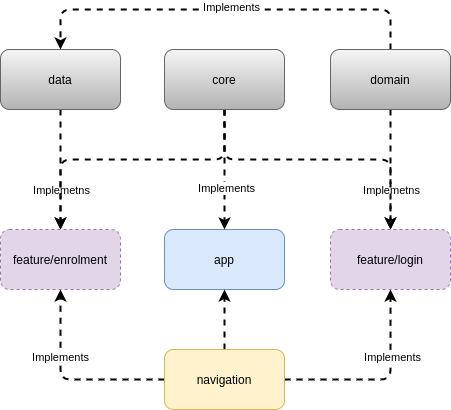
Above: docs/high_level_structure.png in wax911/technical-assignment (draw.io), before the change. Source tidied: cells renumbered, new cells last; positions are measured from the earlier drawing's top-left corner, leaving out a move shared by most shapes. Source of this version:
```xml
<mxGraphModel>
  <root>
    <mxCell id="0" />
    <mxCell id="1" parent="0" />
    <mxCell id="2" value="app" style="rounded=1;whiteSpace=wrap;html=1;fillColor=#dae8fc;strokeColor=#6c8ebf;" parent="1" vertex="1">
      <mxGeometry x="164" y="220" width="120" height="60" as="geometry" />
    </mxCell>
    <mxCell id="3" style="edgeStyle=orthogonalEdgeStyle;rounded=1;jettySize=auto;html=1;exitX=0.5;exitY=1;exitDx=0;exitDy=0;entryX=0.5;entryY=0;entryDx=0;entryDy=0;dashed=1;strokeWidth=2;" parent="1" edge="1" source="9" target="22">
      <mxGeometry relative="1" as="geometry">
        <Array as="points">
          <mxPoint x="224" y="150" />
          <mxPoint x="390" y="150" />
        </Array>
      </mxGeometry>
    </mxCell>
    <mxCell id="4" value="Implemetns" style="edgeLabel;html=1;align=center;verticalAlign=middle;" parent="3" vertex="1">
      <mxGeometry x="0.01" y="-2" relative="1" as="geometry">
        <mxPoint x="71" y="28" as="offset" />
      </mxGeometry>
    </mxCell>
    <mxCell id="5" value="Implemetns" style="edgeLabel;html=1;align=center;verticalAlign=middle;" parent="3" vertex="1">
      <mxGeometry x="0.01" y="-2" relative="1" as="geometry">
        <mxPoint x="-259" y="28" as="offset" />
      </mxGeometry>
    </mxCell>
    <mxCell id="6" style="edgeStyle=orthogonalEdgeStyle;rounded=1;jettySize=auto;html=1;exitX=0.5;exitY=1;exitDx=0;exitDy=0;entryX=0.5;entryY=0;entryDx=0;entryDy=0;dashed=1;strokeWidth=2;" parent="1" edge="1" source="9" target="23">
      <mxGeometry relative="1" as="geometry">
        <Array as="points">
          <mxPoint x="224" y="150" />
          <mxPoint x="60" y="150" />
        </Array>
      </mxGeometry>
    </mxCell>
    <mxCell id="7" style="edgeStyle=orthogonalEdgeStyle;rounded=0;jettySize=auto;html=1;exitX=0.5;exitY=1;exitDx=0;exitDy=0;entryX=0.5;entryY=0;entryDx=0;entryDy=0;strokeWidth=2;dashed=1;" parent="1" edge="1" source="9" target="2">
      <mxGeometry relative="1" as="geometry" />
    </mxCell>
    <mxCell id="8" value="Implements" style="edgeLabel;html=1;align=center;verticalAlign=middle;" parent="7" vertex="1">
      <mxGeometry x="0.3" y="1" relative="1" as="geometry" />
    </mxCell>
    <mxCell id="9" value="core" style="rounded=1;whiteSpace=wrap;html=1;fillColor=#f5f5f5;strokeColor=#666666;gradientColor=#b3b3b3;" parent="1" vertex="1">
      <mxGeometry x="164" y="40" width="120" height="60" as="geometry" />
    </mxCell>
    <mxCell id="10" style="edgeStyle=orthogonalEdgeStyle;rounded=1;jettySize=auto;html=1;entryX=0.5;entryY=0;entryDx=0;entryDy=0;strokeWidth=2;dashed=1;" parent="1" edge="1" source="11" target="23">
      <mxGeometry relative="1" as="geometry" />
    </mxCell>
    <mxCell id="11" value="data" style="rounded=1;whiteSpace=wrap;html=1;gradientColor=#b3b3b3;fillColor=#f5f5f5;strokeColor=#666666;" parent="1" vertex="1">
      <mxGeometry y="40" width="120" height="60" as="geometry" />
    </mxCell>
    <mxCell id="12" style="edgeStyle=orthogonalEdgeStyle;rounded=1;jettySize=auto;html=1;entryX=0.5;entryY=1;entryDx=0;entryDy=0;dashed=1;strokeWidth=2;" parent="1" edge="1" source="17" target="22">
      <mxGeometry relative="1" as="geometry">
        <Array as="points">
          <mxPoint x="390" y="370" />
        </Array>
      </mxGeometry>
    </mxCell>
    <mxCell id="13" value="Implements" style="edgeLabel;html=1;align=center;verticalAlign=middle;" parent="12" vertex="1">
      <mxGeometry x="0.32" y="-1" relative="1" as="geometry" />
    </mxCell>
    <mxCell id="14" style="edgeStyle=orthogonalEdgeStyle;rounded=1;jettySize=auto;html=1;exitX=0;exitY=0.5;exitDx=0;exitDy=0;entryX=0.5;entryY=1;entryDx=0;entryDy=0;dashed=1;strokeWidth=2;" parent="1" edge="1" source="17" target="23">
      <mxGeometry relative="1" as="geometry" />
    </mxCell>
    <mxCell id="15" value="Implements" style="edgeLabel;html=1;align=center;verticalAlign=middle;" parent="14" vertex="1">
      <mxGeometry x="0.31" y="1" relative="1" as="geometry" />
    </mxCell>
    <mxCell id="16" style="edgeStyle=orthogonalEdgeStyle;rounded=1;jettySize=auto;html=1;exitX=0.5;exitY=0;exitDx=0;exitDy=0;entryX=0.5;entryY=1;entryDx=0;entryDy=0;dashed=1;strokeWidth=2;" parent="1" edge="1" source="17" target="2">
      <mxGeometry relative="1" as="geometry" />
    </mxCell>
    <mxCell id="17" value="navigation" style="rounded=1;whiteSpace=wrap;html=1;fillColor=#fff2cc;strokeColor=#d6b656;" parent="1" vertex="1">
      <mxGeometry x="164" y="340" width="120" height="60" as="geometry" />
    </mxCell>
    <mxCell id="18" style="edgeStyle=orthogonalEdgeStyle;rounded=1;jettySize=auto;html=1;exitX=0.5;exitY=1;exitDx=0;exitDy=0;dashed=1;strokeWidth=2;entryX=0.5;entryY=0;entryDx=0;entryDy=0;" parent="1" edge="1" source="21" target="22">
      <mxGeometry relative="1" as="geometry" />
    </mxCell>
    <mxCell id="19" style="edgeStyle=orthogonalEdgeStyle;rounded=1;jettySize=auto;html=1;exitX=0.5;exitY=0;exitDx=0;exitDy=0;dashed=1;strokeWidth=2;" parent="1" edge="1" source="21" target="11">
      <mxGeometry relative="1" as="geometry">
        <Array as="points">
          <mxPoint x="390" />
          <mxPoint x="60" />
        </Array>
      </mxGeometry>
    </mxCell>
    <mxCell id="20" value="Implements" style="edgeLabel;html=1;align=center;verticalAlign=middle;" parent="19" vertex="1">
      <mxGeometry x="-0.25" y="-3" relative="1" as="geometry">
        <mxPoint x="-46" as="offset" />
      </mxGeometry>
    </mxCell>
    <mxCell id="21" value="domain" style="rounded=1;whiteSpace=wrap;html=1;gradientColor=#b3b3b3;fillColor=#f5f5f5;strokeColor=#666666;" parent="1" vertex="1">
      <mxGeometry x="330" y="40" width="120" height="60" as="geometry" />
    </mxCell>
    <mxCell id="22" value="feature/login" style="rounded=1;whiteSpace=wrap;html=1;dashed=1;fillColor=#e1d5e7;strokeColor=#9673a6;" parent="1" vertex="1">
      <mxGeometry x="330" y="220" width="120" height="60" as="geometry" />
    </mxCell>
    <mxCell id="23" value="feature/enrolment" style="rounded=1;whiteSpace=wrap;html=1;dashed=1;fillColor=#e1d5e7;strokeColor=#9673a6;" parent="1" vertex="1">
      <mxGeometry y="220" width="120" height="60" as="geometry" />
    </mxCell>
  </root>
</mxGraphModel>
```
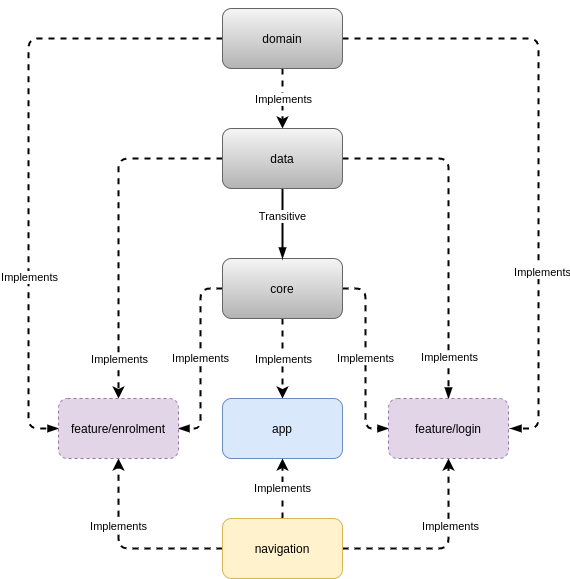
Above is the later version.

Commit message:
Correct high level structure diagram

The edit, as a diff of the source:
```diff
@@ -5,46 +5,44 @@
     <mxCell id="2" value="app" style="rounded=1;whiteSpace=wrap;html=1;fillColor=#dae8fc;strokeColor=#6c8ebf;" parent="1" vertex="1">
       <mxGeometry x="164" y="220" width="120" height="60" as="geometry" />
     </mxCell>
-    <mxCell id="3" style="edgeStyle=orthogonalEdgeStyle;rounded=1;jettySize=auto;html=1;exitX=0.5;exitY=1;exitDx=0;exitDy=0;entryX=0.5;entryY=0;entryDx=0;entryDy=0;dashed=1;strokeWidth=2;" parent="1" edge="1" source="9" target="22">
-      <mxGeometry relative="1" as="geometry">
-        <Array as="points">
-          <mxPoint x="224" y="150" />
-          <mxPoint x="390" y="150" />
-        </Array>
-      </mxGeometry>
-    </mxCell>
-    <mxCell id="4" value="Implemetns" style="edgeLabel;html=1;align=center;verticalAlign=middle;" parent="3" vertex="1">
-      <mxGeometry x="0.01" y="-2" relative="1" as="geometry">
-        <mxPoint x="71" y="28" as="offset" />
-      </mxGeometry>
-    </mxCell>
-    <mxCell id="5" value="Implemetns" style="edgeLabel;html=1;align=center;verticalAlign=middle;" parent="3" vertex="1">
-      <mxGeometry x="0.01" y="-2" relative="1" as="geometry">
-        <mxPoint x="-259" y="28" as="offset" />
-      </mxGeometry>
-    </mxCell>
-    <mxCell id="6" style="edgeStyle=orthogonalEdgeStyle;rounded=1;jettySize=auto;html=1;exitX=0.5;exitY=1;exitDx=0;exitDy=0;entryX=0.5;entryY=0;entryDx=0;entryDy=0;dashed=1;strokeWidth=2;" parent="1" edge="1" source="9" target="23">
-      <mxGeometry relative="1" as="geometry">
-        <Array as="points">
-          <mxPoint x="224" y="150" />
-          <mxPoint x="60" y="150" />
-        </Array>
-      </mxGeometry>
-    </mxCell>
     <mxCell id="7" style="edgeStyle=orthogonalEdgeStyle;rounded=0;jettySize=auto;html=1;exitX=0.5;exitY=1;exitDx=0;exitDy=0;entryX=0.5;entryY=0;entryDx=0;entryDy=0;strokeWidth=2;dashed=1;" parent="1" edge="1" source="9" target="2">
       <mxGeometry relative="1" as="geometry" />
     </mxCell>
     <mxCell id="8" value="Implements" style="edgeLabel;html=1;align=center;verticalAlign=middle;" parent="7" vertex="1">
-      <mxGeometry x="0.3" y="1" relative="1" as="geometry" />
+      <mxGeometry x="0.3" y="1" relative="1" as="geometry">
+        <mxPoint x="-1" y="-12" as="offset" />
+      </mxGeometry>
     </mxCell>
+    <mxCell id="3" value="Implements" style="edgeStyle=orthogonalEdgeStyle;rounded=1;jettySize=auto;html=1;exitX=1;exitY=0.5;exitDx=0;exitDy=0;entryX=0;entryY=0.5;entryDx=0;entryDy=0;dashed=1;endArrow=blockThin;endFill=1;strokeWidth=2;" parent="1" edge="1" source="9" target="22">
+      <mxGeometry relative="1" as="geometry" />
+    </mxCell>
+    <mxCell id="6" value="Implements" style="edgeStyle=orthogonalEdgeStyle;rounded=1;jettySize=auto;html=1;exitX=0;exitY=0.5;exitDx=0;exitDy=0;entryX=1;entryY=0.5;entryDx=0;entryDy=0;dashed=1;endArrow=blockThin;endFill=1;strokeWidth=2;" parent="1" edge="1" source="9" target="23">
+      <mxGeometry relative="1" as="geometry" />
+    </mxCell>
     <mxCell id="9" value="core" style="rounded=1;whiteSpace=wrap;html=1;fillColor=#f5f5f5;strokeColor=#666666;gradientColor=#b3b3b3;" parent="1" vertex="1">
-      <mxGeometry x="164" y="40" width="120" height="60" as="geometry" />
+      <mxGeometry x="164" y="80" width="120" height="60" as="geometry" />
     </mxCell>
     <mxCell id="10" style="edgeStyle=orthogonalEdgeStyle;rounded=1;jettySize=auto;html=1;entryX=0.5;entryY=0;entryDx=0;entryDy=0;strokeWidth=2;dashed=1;" parent="1" edge="1" source="11" target="23">
       <mxGeometry relative="1" as="geometry" />
     </mxCell>
+    <mxCell id="24" value="Implements" style="edgeLabel;html=1;align=center;verticalAlign=middle;" parent="10" vertex="1">
+      <mxGeometry x="0.74" y="-1" relative="1" as="geometry">
+        <mxPoint x="1" y="5" as="offset" />
+      </mxGeometry>
+    </mxCell>
+    <mxCell id="25" style="edgeStyle=orthogonalEdgeStyle;rounded=1;jettySize=auto;html=1;dashed=1;endArrow=blockThin;endFill=1;strokeWidth=2;" parent="1" edge="1" source="11">
+      <mxGeometry relative="1" as="geometry">
+        <mxPoint x="390" y="220" as="targetPoint" />
+      </mxGeometry>
+    </mxCell>
+    <mxCell id="26" value="Implements" style="edgeLabel;html=1;align=center;verticalAlign=middle;" parent="25" vertex="1">
+      <mxGeometry x="0.76" relative="1" as="geometry" />
+    </mxCell>
+    <mxCell id="27" value="Transitive" style="edgeStyle=orthogonalEdgeStyle;rounded=1;jettySize=auto;html=1;exitX=0.5;exitY=1;exitDx=0;exitDy=0;entryX=0.5;entryY=0;entryDx=0;entryDy=0;endArrow=blockThin;endFill=1;strokeWidth=2;" parent="1" edge="1" source="11" target="9">
+      <mxGeometry x="-0.2" relative="1" as="geometry" />
+    </mxCell>
     <mxCell id="11" value="data" style="rounded=1;whiteSpace=wrap;html=1;gradientColor=#b3b3b3;fillColor=#f5f5f5;strokeColor=#666666;" parent="1" vertex="1">
-      <mxGeometry y="40" width="120" height="60" as="geometry" />
+      <mxGeometry x="164" y="-50" width="120" height="60" as="geometry" />
     </mxCell>
     <mxCell id="12" style="edgeStyle=orthogonalEdgeStyle;rounded=1;jettySize=auto;html=1;entryX=0.5;entryY=1;entryDx=0;entryDy=0;dashed=1;strokeWidth=2;" parent="1" edge="1" source="17" target="22">
       <mxGeometry relative="1" as="geometry">
@@ -62,30 +60,50 @@
     <mxCell id="15" value="Implements" style="edgeLabel;html=1;align=center;verticalAlign=middle;" parent="14" vertex="1">
       <mxGeometry x="0.31" y="1" relative="1" as="geometry" />
     </mxCell>
-    <mxCell id="16" style="edgeStyle=orthogonalEdgeStyle;rounded=1;jettySize=auto;html=1;exitX=0.5;exitY=0;exitDx=0;exitDy=0;entryX=0.5;entryY=1;entryDx=0;entryDy=0;dashed=1;strokeWidth=2;" parent="1" edge="1" source="17" target="2">
+    <mxCell id="16" value="Implements" style="edgeStyle=orthogonalEdgeStyle;rounded=1;jettySize=auto;html=1;exitX=0.5;exitY=0;exitDx=0;exitDy=0;entryX=0.5;entryY=1;entryDx=0;entryDy=0;dashed=1;strokeWidth=2;" parent="1" edge="1" source="17" target="2">
       <mxGeometry relative="1" as="geometry" />
     </mxCell>
     <mxCell id="17" value="navigation" style="rounded=1;whiteSpace=wrap;html=1;fillColor=#fff2cc;strokeColor=#d6b656;" parent="1" vertex="1">
       <mxGeometry x="164" y="340" width="120" height="60" as="geometry" />
     </mxCell>
-    <mxCell id="18" style="edgeStyle=orthogonalEdgeStyle;rounded=1;jettySize=auto;html=1;exitX=0.5;exitY=1;exitDx=0;exitDy=0;dashed=1;strokeWidth=2;entryX=0.5;entryY=0;entryDx=0;entryDy=0;" parent="1" edge="1" source="21" target="22">
-      <mxGeometry relative="1" as="geometry" />
-    </mxCell>
     <mxCell id="19" style="edgeStyle=orthogonalEdgeStyle;rounded=1;jettySize=auto;html=1;exitX=0.5;exitY=0;exitDx=0;exitDy=0;dashed=1;strokeWidth=2;" parent="1" edge="1" source="21" target="11">
       <mxGeometry relative="1" as="geometry">
         <Array as="points">
-          <mxPoint x="390" />
-          <mxPoint x="60" />
+          <mxPoint x="210" y="-50" />
+          <mxPoint x="210" y="-50" />
         </Array>
       </mxGeometry>
     </mxCell>
     <mxCell id="20" value="Implements" style="edgeLabel;html=1;align=center;verticalAlign=middle;" parent="19" vertex="1">
       <mxGeometry x="-0.25" y="-3" relative="1" as="geometry">
-        <mxPoint x="-46" as="offset" />
+        <mxPoint x="3" y="45" as="offset" />
       </mxGeometry>
     </mxCell>
+    <mxCell id="28" style="edgeStyle=orthogonalEdgeStyle;rounded=1;jettySize=auto;html=1;exitX=1;exitY=0.5;exitDx=0;exitDy=0;endArrow=blockThin;endFill=1;strokeWidth=2;dashed=1;" parent="1" edge="1" source="21">
+      <mxGeometry relative="1" as="geometry">
+        <mxPoint x="452" y="250" as="targetPoint" />
+        <Array as="points">
+          <mxPoint x="480" y="-140" />
+          <mxPoint x="480" y="250" />
+        </Array>
+      </mxGeometry>
+    </mxCell>
+    <mxCell id="29" value="Implements" style="edgeLabel;html=1;align=center;verticalAlign=middle;" parent="28" vertex="1">
+      <mxGeometry x="0.4" y="3" relative="1" as="geometry" />
+    </mxCell>
+    <mxCell id="30" style="edgeStyle=orthogonalEdgeStyle;rounded=1;jettySize=auto;html=1;exitX=0;exitY=0.5;exitDx=0;exitDy=0;entryX=0;entryY=0.5;entryDx=0;entryDy=0;endArrow=blockThin;endFill=1;strokeWidth=2;dashed=1;" parent="1" edge="1" source="21" target="23">
+      <mxGeometry relative="1" as="geometry">
+        <Array as="points">
+          <mxPoint x="-30" y="-140" />
+          <mxPoint x="-30" y="250" />
+        </Array>
+      </mxGeometry>
+    </mxCell>
+    <mxCell id="31" value="Implements" style="edgeLabel;html=1;align=center;verticalAlign=middle;" parent="30" vertex="1">
+      <mxGeometry x="0.41" relative="1" as="geometry" />
+    </mxCell>
     <mxCell id="21" value="domain" style="rounded=1;whiteSpace=wrap;html=1;gradientColor=#b3b3b3;fillColor=#f5f5f5;strokeColor=#666666;" parent="1" vertex="1">
-      <mxGeometry x="330" y="40" width="120" height="60" as="geometry" />
+      <mxGeometry x="164" y="-170" width="120" height="60" as="geometry" />
     </mxCell>
     <mxCell id="22" value="feature/login" style="rounded=1;whiteSpace=wrap;html=1;dashed=1;fillColor=#e1d5e7;strokeColor=#9673a6;" parent="1" vertex="1">
       <mxGeometry x="330" y="220" width="120" height="60" as="geometry" />
```
